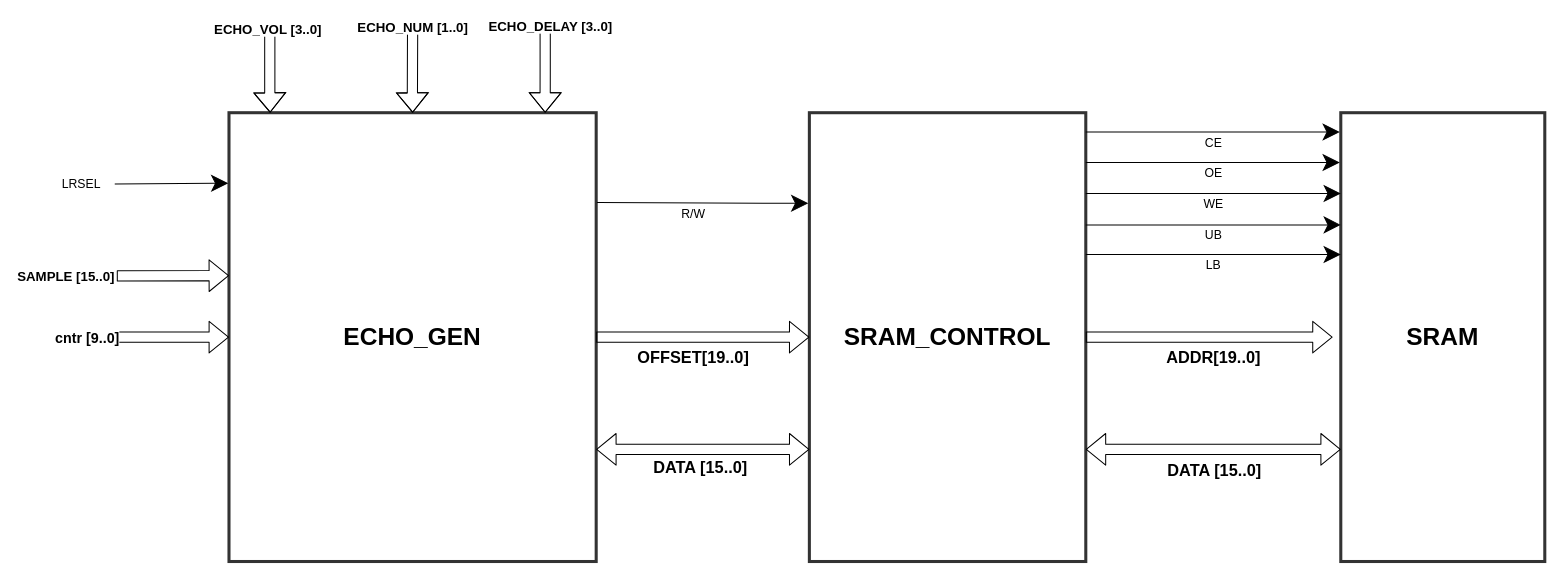
This is page "Page-2" (1 of 3) of Documentation/ECHO_GEN_MOORE.drawio from JoeyStrandnes/TSIU03-VHDL-Gang, a draw.io file, before an edit. Source tidied: cells renumbered, new cells numbered last; positions are measured from the earlier drawing's top-left corner, leaving out a move shared by most shapes. Both pictures are drawn from the tidied source at 102%, with x=0, y=0 at pixel (55, 31).
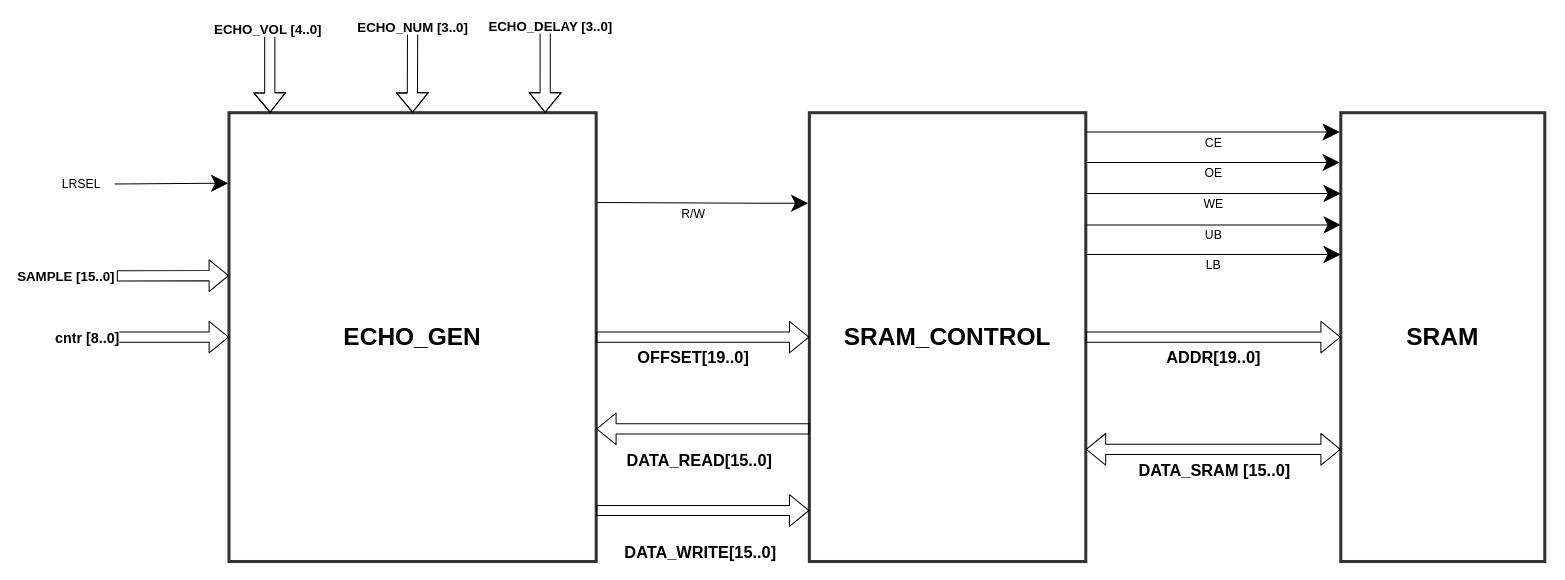
The same page after the edit.

Unchanged cells that the change refers to:
```xml
<mxCell id="2" value="&lt;font style=&quot;font-size: 24px&quot;&gt;&lt;b&gt;ECHO_GEN&lt;/b&gt;&lt;/font&gt;" style="rounded=0;whiteSpace=wrap;html=1;hachureGap=4;opacity=80;strokeWidth=3;" parent="1" vertex="1">
  <mxGeometry x="170" y="80" width="360" height="440" as="geometry" />
</mxCell>
<mxCell id="5" value="&lt;b&gt;&lt;font style=&quot;font-size: 24px&quot;&gt;SRAM_CONTROL&lt;/font&gt;&lt;/b&gt;" style="rounded=0;whiteSpace=wrap;html=1;hachureGap=4;opacity=80;strokeWidth=3;" parent="1" vertex="1">
  <mxGeometry x="739" y="80" width="271" height="440" as="geometry" />
</mxCell>
<mxCell id="10" value="&lt;b&gt;&lt;font style=&quot;font-size: 24px&quot;&gt;SRAM&lt;/font&gt;&lt;/b&gt;" style="rounded=0;whiteSpace=wrap;html=1;hachureGap=4;opacity=80;strokeWidth=3;" parent="1" vertex="1">
  <mxGeometry x="1260" y="80" width="200" height="440" as="geometry" />
</mxCell>
<mxCell id="27" style="shape=flexArrow;endArrow=classic;html=1;strokeColor=#000000;fillColor=none;entryX=0.112;entryY=0;entryDx=0;entryDy=0;entryPerimeter=0;" parent="1" edge="1" target="2">
  <mxGeometry relative="1" as="geometry">
    <mxPoint x="210" as="sourcePoint" />
    <Array as="points">
      <mxPoint x="210" y="60" />
    </Array>
  </mxGeometry>
</mxCell>
<mxCell id="29" style="shape=flexArrow;endArrow=classic;html=1;fontSize=12;strokeColor=#000000;fillColor=none;entryX=0.5;entryY=0;entryDx=0;entryDy=0;" parent="1" edge="1" target="2">
  <mxGeometry relative="1" as="geometry">
    <mxPoint x="350" as="sourcePoint" />
    <Array as="points">
      <mxPoint x="349.8" y="60" />
    </Array>
  </mxGeometry>
</mxCell>
<mxCell id="35" style="shape=flexArrow;endArrow=classic;html=1;fontSize=12;strokeColor=#000000;fillColor=none;entryX=0;entryY=0.5;entryDx=0;entryDy=0;" parent="1" edge="1" target="2">
  <mxGeometry relative="1" as="geometry">
    <mxPoint x="60" y="300" as="sourcePoint" />
  </mxGeometry>
</mxCell>
```

Diff of the diagram source:
```diff
@@
-    <mxCell id="13" style="shape=flexArrow;endArrow=classic;html=1;sourcePerimeterSpacing=8;targetPerimeterSpacing=8;exitX=1;exitY=0.5;exitDx=0;exitDy=0;" parent="1" edge="1" source="5" target="10">
+    <mxCell id="13" style="shape=flexArrow;endArrow=classic;html=1;sourcePerimeterSpacing=8;targetPerimeterSpacing=8;exitX=1;exitY=0.5;exitDx=0;exitDy=0;entryX=0;entryY=0.5;entryDx=0;entryDy=0;" parent="1" edge="1" source="5" target="10">
       <mxGeometry relative="1" as="geometry" />
     </mxCell>
@@
-    <mxCell id="15" style="shape=flexArrow;endArrow=classic;startArrow=classic;html=1;sourcePerimeterSpacing=8;targetPerimeterSpacing=8;entryX=0;entryY=0.75;entryDx=0;entryDy=0;exitX=1;exitY=0.75;exitDx=0;exitDy=0;" parent="1" edge="1" source="5" target="10">
-      <mxGeometry relative="1" as="geometry" />
+    <mxCell id="15" style="shape=flexArrow;endArrow=classic;startArrow=classic;html=1;sourcePerimeterSpacing=8;targetPerimeterSpacing=8;exitX=1;exitY=0.75;exitDx=0;exitDy=0;" parent="1" edge="1" source="5">
+      <mxGeometry relative="1" as="geometry">
+        <mxPoint x="1260" y="410" as="targetPoint" />
+      </mxGeometry>
     </mxCell>
-    <mxCell id="16" value="&lt;b&gt;&lt;font style=&quot;font-size: 16px&quot;&gt;DATA [15..0]&lt;/font&gt;&lt;/b&gt;" style="edgeLabel;html=1;align=center;verticalAlign=middle;" parent="15" vertex="1">
+    <mxCell id="16" value="&lt;b&gt;&lt;font style=&quot;font-size: 16px&quot;&gt;DATA_SRAM [15..0]&lt;/font&gt;&lt;/b&gt;" style="edgeLabel;html=1;align=center;verticalAlign=middle;" parent="15" vertex="1">
       <mxGeometry x="-0.02" y="-2" relative="1" as="geometry">
         <mxPoint x="2" y="18" as="offset" />
       </mxGeometry>
     </mxCell>
-    <mxCell id="17" value="&lt;b&gt;&lt;font style=&quot;font-size: 16px&quot;&gt;DATA [15..0]&lt;/font&gt;&lt;/b&gt;" style="edgeLabel;html=1;align=center;verticalAlign=middle;" parent="15" vertex="1">
+    <mxCell id="17" value="&lt;b&gt;&lt;font style=&quot;font-size: 16px&quot;&gt;DATA_WRITE[15..0]&lt;/font&gt;&lt;/b&gt;" style="edgeLabel;html=1;align=center;verticalAlign=middle;" parent="15" vertex="1">
       <mxGeometry x="-0.02" y="-2" relative="1" as="geometry">
-        <mxPoint x="-502" y="15" as="offset" />
+        <mxPoint x="-502" y="98" as="offset" />
       </mxGeometry>
     </mxCell>
@@
-    <mxCell id="26" style="shape=flexArrow;endArrow=block;html=1;entryX=0;entryY=0.75;entryDx=0;entryDy=0;exitX=1;exitY=0.75;exitDx=0;exitDy=0;startArrow=block;" parent="1" edge="1" source="2" target="5">
-      <mxGeometry relative="1" as="geometry" />
-    </mxCell>
@@
-    <mxCell id="28" value="ECHO_VOL [3..0]" style="edgeLabel;html=1;align=center;verticalAlign=middle;fontStyle=1;fontSize=13;" parent="27" vertex="1">
+    <mxCell id="28" value="ECHO_VOL [4..0]" style="edgeLabel;html=1;align=center;verticalAlign=middle;fontStyle=1;fontSize=13;" parent="27" vertex="1">
       <mxGeometry x="-0.28" relative="1" as="geometry">
         <mxPoint x="-3" y="-32" as="offset" />
       </mxGeometry>
     </mxCell>
@@
-    <mxCell id="30" value="ECHO_NUM [1..0]" style="edgeLabel;html=1;align=center;verticalAlign=middle;fontSize=13;fontStyle=1;labelBackgroundColor=#ffffff;" parent="29" vertex="1">
+    <mxCell id="30" value="ECHO_NUM [3..0]" style="edgeLabel;html=1;align=center;verticalAlign=middle;fontSize=13;fontStyle=1;labelBackgroundColor=#ffffff;" parent="29" vertex="1">
       <mxGeometry x="-0.37" relative="1" as="geometry">
         <mxPoint y="-29" as="offset" />
       </mxGeometry>
     </mxCell>
@@
-    <mxCell id="36" value="&lt;span style=&quot;font-size: 14px;&quot;&gt;cntr [9..0]&lt;/span&gt;" style="edgeLabel;html=1;align=center;verticalAlign=middle;fontSize=14;fontStyle=1;" parent="35" vertex="1">
+    <mxCell id="36" value="&lt;span style=&quot;font-size: 14px&quot;&gt;cntr [8..0]&lt;/span&gt;" style="edgeLabel;html=1;align=center;verticalAlign=middle;fontSize=14;fontStyle=1;" parent="35" vertex="1">
       <mxGeometry x="-0.56" y="2" relative="1" as="geometry">
         <mxPoint x="-54" y="2" as="offset" />
       </mxGeometry>
     </mxCell>
+    <mxCell id="37" style="shape=flexArrow;endArrow=classic;html=1;sourcePerimeterSpacing=8;targetPerimeterSpacing=8;entryX=0;entryY=0.5;entryDx=0;entryDy=0;exitX=1;exitY=0.5;exitDx=0;exitDy=0;" parent="1" edge="1">
+      <mxGeometry relative="1" as="geometry">
+        <mxPoint x="530" y="470" as="sourcePoint" />
+        <mxPoint x="739" y="470" as="targetPoint" />
+      </mxGeometry>
+    </mxCell>
+    <mxCell id="38" style="shape=flexArrow;endArrow=classic;html=1;sourcePerimeterSpacing=8;targetPerimeterSpacing=8;entryX=0;entryY=0.5;entryDx=0;entryDy=0;exitX=1;exitY=0.5;exitDx=0;exitDy=0;" parent="1" edge="1">
+      <mxGeometry relative="1" as="geometry">
+        <mxPoint x="739" y="390" as="sourcePoint" />
+        <mxPoint x="530" y="390" as="targetPoint" />
+      </mxGeometry>
+    </mxCell>
+    <mxCell id="39" value="&lt;b&gt;&lt;font style=&quot;font-size: 16px&quot;&gt;DATA_READ[15..0]&lt;/font&gt;&lt;/b&gt;" style="edgeLabel;html=1;align=center;verticalAlign=middle;" parent="1" vertex="1">
+      <mxGeometry x="630" y="420" as="geometry" />
+    </mxCell>
```
